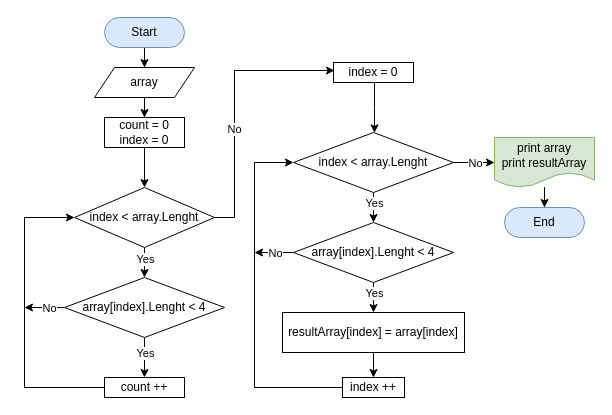
Earlier version of the draw.io diagram Algorithm block diagram.drawio (Karsad76/GB_Dev_final_project). Source tidied: cells renumbered, new cells numbered last; positions are measured from the earlier drawing's top-left corner, leaving out a move shared by most shapes. Both pictures are drawn from the tidied source at 100%, with x=0, y=0 at pixel (24, 17).
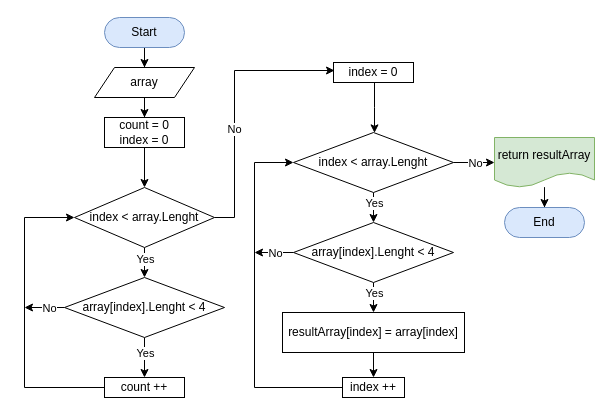
The same page after the edit.

Commit message (it also covers changes not shown here):
Edited: readme.md, algorithm block diagram

The edit, as a diff of the source:
```diff
@@
-    <mxCell id="37" value="print array&lt;br&gt;print resultArray" style="shape=document;whiteSpace=wrap;html=1;boundedLbl=1;fillColor=#d5e8d4;strokeColor=#82b366;" parent="1" vertex="1">
+    <mxCell id="37" value="return resultArray" style="shape=document;whiteSpace=wrap;html=1;boundedLbl=1;fillColor=#d5e8d4;strokeColor=#82b366;" parent="1" vertex="1">
       <mxGeometry x="470" y="120" width="100" height="50" as="geometry" />
     </mxCell>
```
